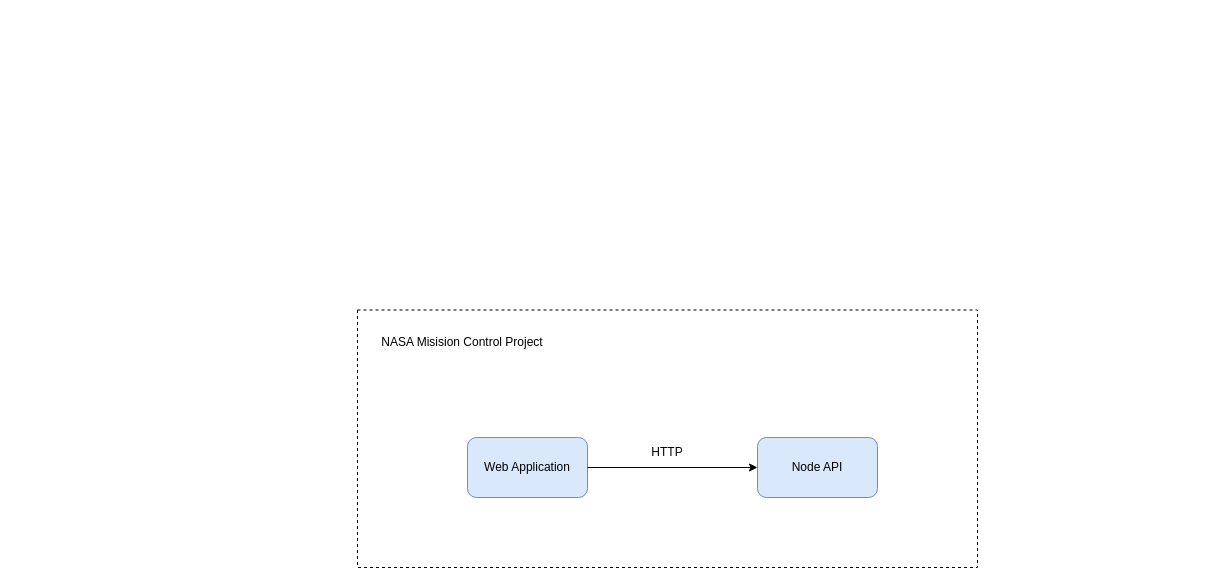
The draw.io diagram nasaUML.drawio in Franpanozzo/nasa-project, before the edit. Source tidied: cells renumbered, new cells numbered last; positions are measured from the earlier drawing's top-left corner, leaving out a move shared by most shapes. Both pictures are drawn from the tidied source at 100%, with x=0, y=0 at pixel (357, 309).
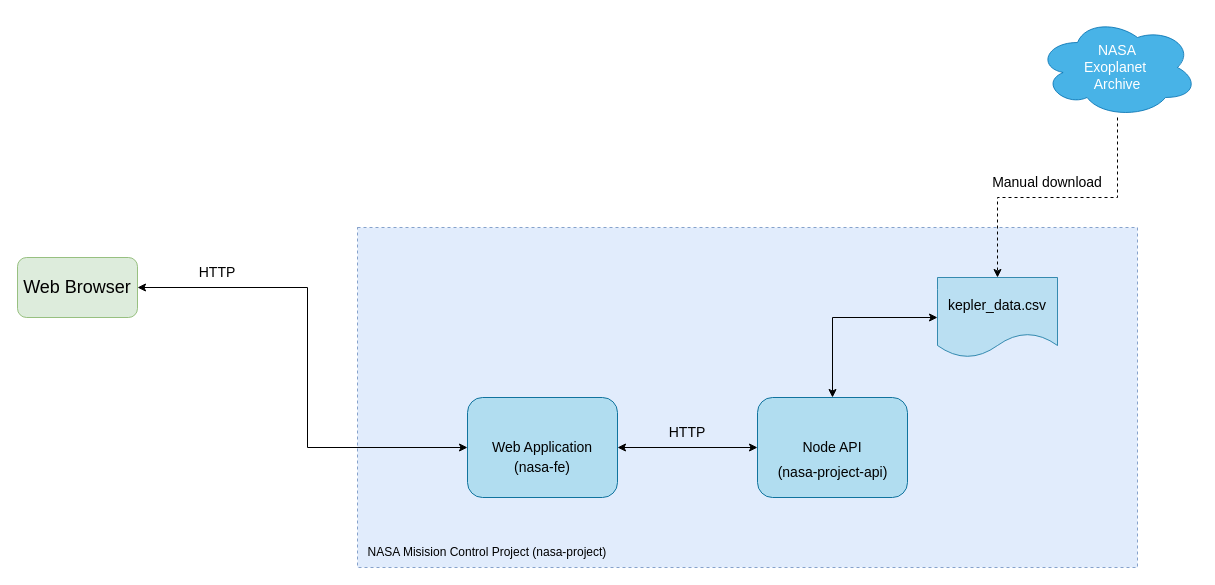
After the change.

Diff of the diagram source:
```diff
@@
 <mxGraphModel>
   <root>
     <mxCell id="0" />
     <mxCell id="1" parent="0" />
-    <mxCell id="2" style="rounded=0;whiteSpace=wrap;html=1;align=left;dashed=1;" parent="1" vertex="1">
-      <mxGeometry y="0.5" width="620" height="257.5" as="geometry" />
+    <mxCell id="2" style="rounded=0;whiteSpace=wrap;html=1;align=left;dashed=1;fillColor=#dae8fc;strokeColor=#6c8ebf;opacity=80;" parent="1" vertex="1">
+      <mxGeometry y="-82" width="780" height="340" as="geometry" />
     </mxCell>
-    <mxCell id="3" value="Web Application" style="rounded=1;whiteSpace=wrap;html=1;fillColor=#dae8fc;strokeColor=#6c8ebf;" parent="1" vertex="1">
-      <mxGeometry x="110" y="128" width="120" height="60" as="geometry" />
+    <mxCell id="3" value="&lt;font style=&quot;font-size: 14px&quot;&gt;Web Application&lt;/font&gt;" style="rounded=1;whiteSpace=wrap;html=1;fillColor=#b1ddf0;strokeColor=#10739e;" parent="1" vertex="1">
+      <mxGeometry x="110" y="88" width="150" height="100" as="geometry" />
     </mxCell>
-    <mxCell id="4" value="Node API" style="rounded=1;whiteSpace=wrap;html=1;fillColor=#dae8fc;strokeColor=#6c8ebf;" parent="1" vertex="1">
-      <mxGeometry x="400" y="128" width="120" height="60" as="geometry" />
+    <mxCell id="4" value="&lt;font style=&quot;font-size: 14px&quot;&gt;Node API&lt;/font&gt;" style="rounded=1;whiteSpace=wrap;html=1;fillColor=#b1ddf0;strokeColor=#10739e;" parent="1" vertex="1">
+      <mxGeometry x="400" y="88" width="150" height="100" as="geometry" />
     </mxCell>
-    <mxCell id="5" style="endArrow=classic;html=1;rounded=0;exitX=1;exitY=0.5;exitDx=0;exitDy=0;entryX=0;entryY=0.5;entryDx=0;entryDy=0;" parent="1" edge="1" source="3" target="4">
+    <mxCell id="5" style="endArrow=classic;html=1;rounded=0;exitX=1;exitY=0.5;exitDx=0;exitDy=0;entryX=0;entryY=0.5;entryDx=0;entryDy=0;startArrow=classic;startFill=1;" parent="1" edge="1" source="3" target="4">
       <mxGeometry relative="1" as="geometry" />
     </mxCell>
-    <mxCell id="6" value="HTTP" style="text;html=1;strokeColor=none;fillColor=none;align=center;verticalAlign=middle;whiteSpace=wrap;rounded=0;" parent="1" vertex="1">
-      <mxGeometry x="280" y="128" width="60" height="30" as="geometry" />
+    <mxCell id="6" value="&lt;font style=&quot;font-size: 14px&quot;&gt;HTTP&lt;/font&gt;" style="text;html=1;strokeColor=none;fillColor=none;align=center;verticalAlign=middle;whiteSpace=wrap;rounded=0;" parent="1" vertex="1">
+      <mxGeometry x="300" y="108" width="60" height="30" as="geometry" />
     </mxCell>
-    <mxCell id="7" value="NASA Misision Control Project" style="text;html=1;strokeColor=none;fillColor=none;align=center;verticalAlign=middle;whiteSpace=wrap;rounded=0;" parent="1" vertex="1">
-      <mxGeometry y="28" width="210" height="10" as="geometry" />
+    <mxCell id="7" value="NASA Misision Control Project (nasa-project)" style="text;html=1;strokeColor=none;fillColor=none;align=center;verticalAlign=middle;whiteSpace=wrap;rounded=0;" parent="1" vertex="1">
+      <mxGeometry y="238" width="260" height="10" as="geometry" />
     </mxCell>
+    <mxCell id="8" value="&lt;font style=&quot;font-size: 14px&quot;&gt;(nasa-fe)&lt;/font&gt;" style="text;html=1;strokeColor=none;fillColor=none;align=center;verticalAlign=middle;whiteSpace=wrap;rounded=0;dashed=1;opacity=80;" parent="1" vertex="1">
+      <mxGeometry x="155" y="143" width="60" height="30" as="geometry" />
+    </mxCell>
+    <mxCell id="9" value="&lt;font style=&quot;font-size: 14px&quot;&gt;(nasa-project-api)&lt;/font&gt;" style="text;html=1;strokeColor=none;fillColor=none;align=center;verticalAlign=middle;whiteSpace=wrap;rounded=0;dashed=1;opacity=80;" parent="1" vertex="1">
+      <mxGeometry x="412.5" y="153" width="125" height="20" as="geometry" />
+    </mxCell>
+    <mxCell id="10" value="&lt;p style=&quot;line-height: 1.2&quot;&gt;&lt;font style=&quot;font-size: 18px&quot;&gt;Web Browser&lt;/font&gt;&lt;/p&gt;" style="rounded=1;whiteSpace=wrap;html=1;fillColor=#d5e8d4;opacity=80;strokeColor=#82b366;" parent="1" vertex="1">
+      <mxGeometry x="-340" y="-52" width="120" height="60" as="geometry" />
+    </mxCell>
+    <mxCell id="11" style="endArrow=classic;html=1;rounded=0;exitX=1;exitY=0.5;exitDx=0;exitDy=0;entryX=0;entryY=0.5;entryDx=0;entryDy=0;edgeStyle=orthogonalEdgeStyle;startArrow=classic;startFill=1;" parent="1" edge="1" source="10" target="3">
+      <mxGeometry relative="1" as="geometry">
+        <Array as="points">
+          <mxPoint x="-50" y="-22" />
+          <mxPoint x="-50" y="138" />
+        </Array>
+      </mxGeometry>
+    </mxCell>
+    <mxCell id="12" value="&lt;font style=&quot;font-size: 14px&quot;&gt;HTTP&lt;/font&gt;" style="text;html=1;strokeColor=none;fillColor=none;align=center;verticalAlign=middle;whiteSpace=wrap;rounded=0;" parent="1" vertex="1">
+      <mxGeometry x="-170" y="-52" width="60" height="30" as="geometry" />
+    </mxCell>
+    <mxCell id="13" style="edgeStyle=orthogonalEdgeStyle;rounded=0;jettySize=auto;html=1;entryX=0.5;entryY=0;entryDx=0;entryDy=0;fontSize=14;startArrow=classic;startFill=1;" parent="1" edge="1" source="14" target="4">
+      <mxGeometry relative="1" as="geometry" />
+    </mxCell>
+    <mxCell id="14" value="kepler_data.csv" style="shape=document;whiteSpace=wrap;html=1;boundedLbl=1;fontSize=14;opacity=80;fillColor=#b1ddf0;strokeColor=#10739e;" parent="1" vertex="1">
+      <mxGeometry x="580" y="-32" width="120" height="80" as="geometry" />
+    </mxCell>
+    <mxCell id="15" style="edgeStyle=orthogonalEdgeStyle;rounded=0;jettySize=auto;html=1;entryX=0.5;entryY=0;entryDx=0;entryDy=0;fontSize=14;startArrow=none;startFill=0;dashed=1;" parent="1" edge="1" source="16" target="14">
+      <mxGeometry relative="1" as="geometry" />
+    </mxCell>
+    <mxCell id="16" value="NASA&lt;br&gt;Exoplanet&amp;nbsp;&lt;br&gt;Archive" style="ellipse;shape=cloud;whiteSpace=wrap;html=1;fontSize=14;fillColor=#1ba1e2;opacity=80;strokeColor=#006EAF;fontColor=#ffffff;" parent="1" vertex="1">
+      <mxGeometry x="680" y="-292" width="160" height="100" as="geometry" />
+    </mxCell>
+    <mxCell id="17" value="&lt;font style=&quot;font-size: 14px&quot;&gt;Manual download&lt;/font&gt;" style="text;html=1;strokeColor=none;fillColor=none;align=center;verticalAlign=middle;whiteSpace=wrap;rounded=0;" parent="1" vertex="1">
+      <mxGeometry x="620" y="-142" width="140" height="30" as="geometry" />
+    </mxCell>
   </root>
 </mxGraphModel>
```
